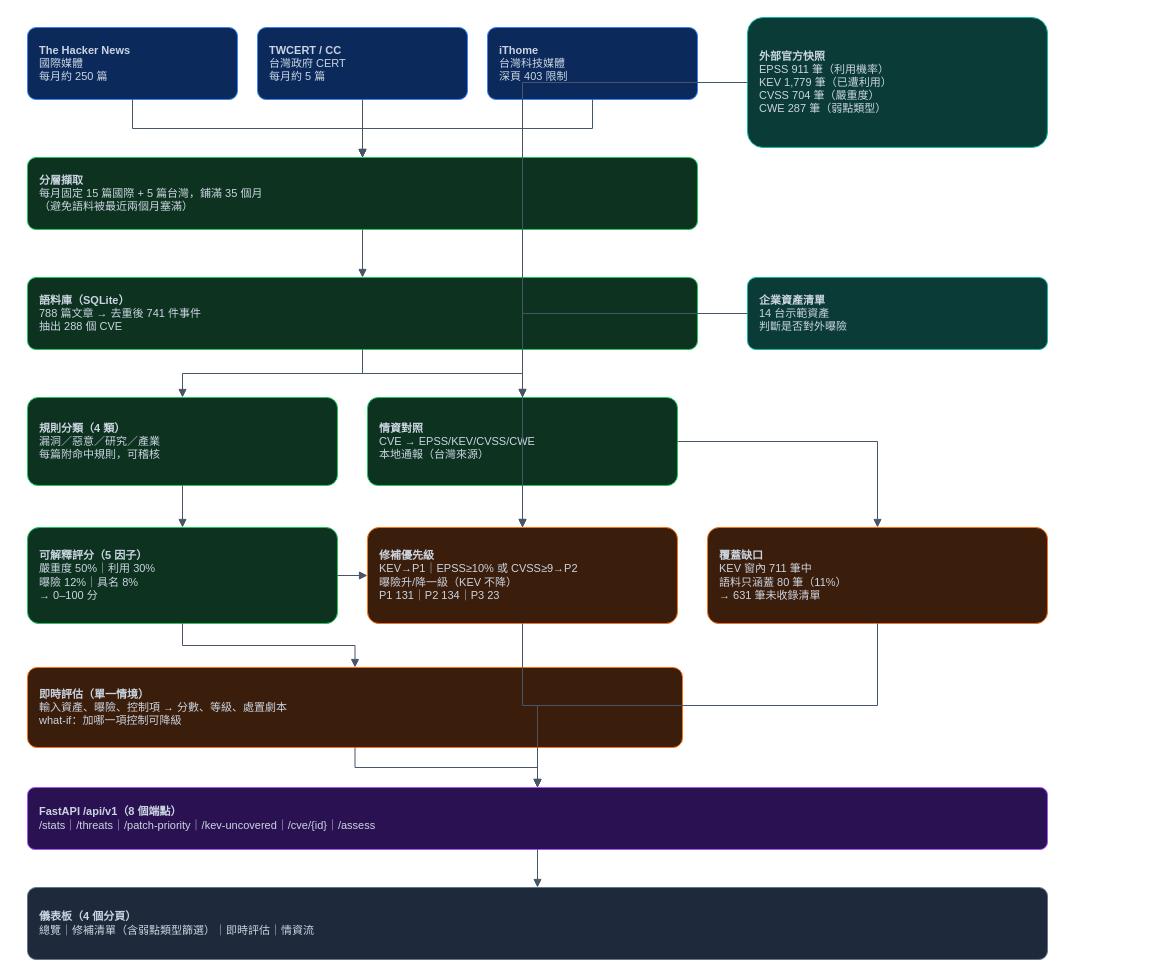
This is docs/architecture.drawio from cs2dpo-cmyk/CTI-platform, a draw.io file, before an edit. Source tidied: cells renumbered, new cells numbered last; positions are measured from the earlier drawing's top-left corner, leaving out a move shared by most shapes. Both pictures are drawn from the tidied source at 100%, with x=0, y=0 at pixel (27, 17).
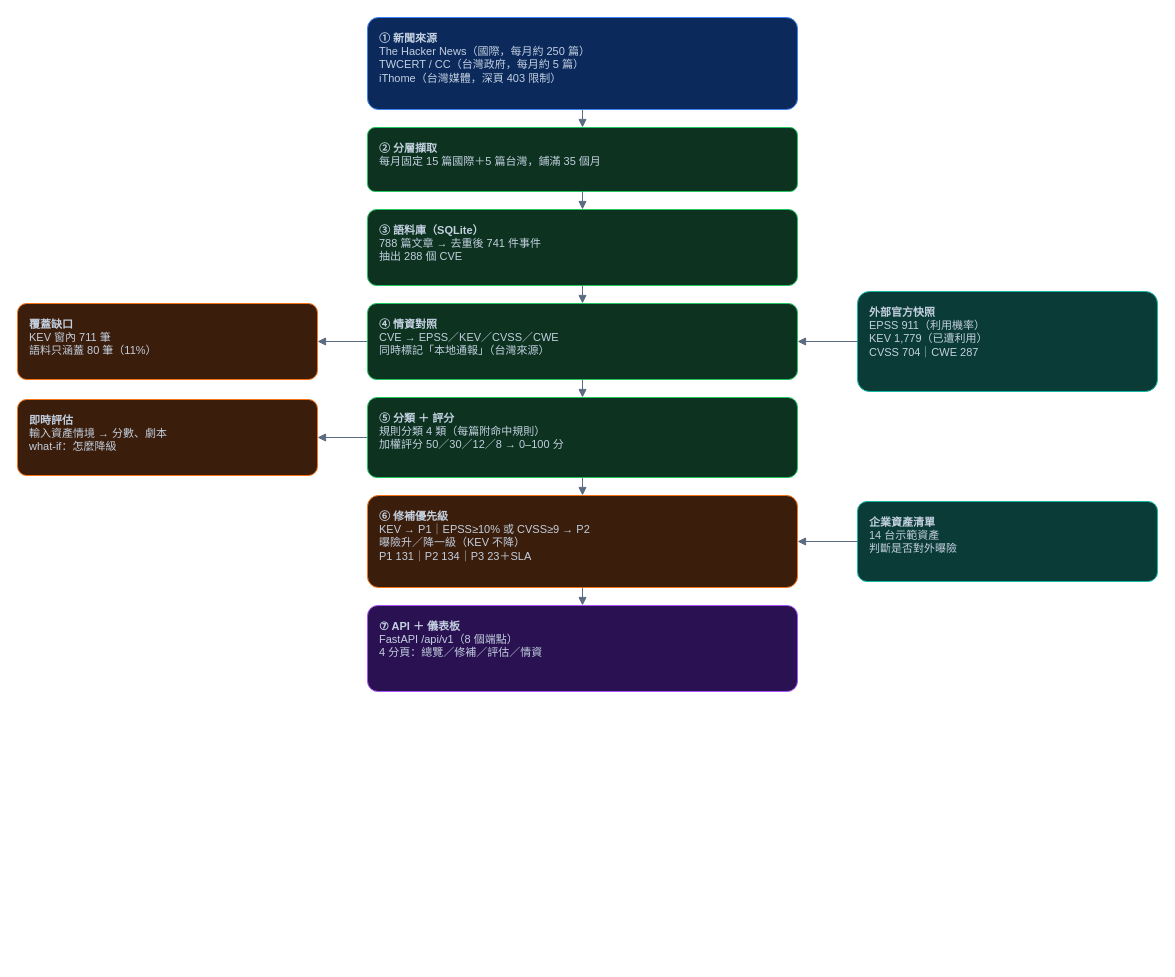
The same page after the edit.

Commit message (it also covers changes not shown here):
Redraw the data-flow diagram as a single spine with short side arrows

The edit, as a diff of the source:
```diff
@@
-    <mxCell id="2" value="&lt;b&gt;The Hacker News&lt;/b&gt;&lt;br&gt;國際媒體&lt;br&gt;每月約 250 篇" style="rounded=1;whiteSpace=wrap;html=1;fillColor=#0b2a5b;strokeColor=#3b82f6;fontColor=#cbd5e1;fontSize=11;align=left;spacingLeft=10;arcSize=12;" parent="1" vertex="1">
-      <mxGeometry y="10" width="210" height="72" as="geometry" />
+    <mxCell id="2" value="&lt;b&gt;① 新聞來源&lt;/b&gt;&lt;br&gt;The Hacker News（國際，每月約 250 篇）&lt;br&gt;TWCERT / CC（台灣政府，每月約 5 篇）&lt;br&gt;iThome（台灣媒體，深頁 403 限制）" style="rounded=1;whiteSpace=wrap;html=1;fillColor=#0b2a5b;strokeColor=#3b82f6;fontColor=#c3d0e0;fontSize=11;align=left;spacingLeft=10;verticalAlign=top;spacingTop=8;arcSize=12;" parent="1" vertex="1">
+      <mxGeometry x="340" width="430" height="92" as="geometry" />
     </mxCell>
-    <mxCell id="3" value="&lt;b&gt;TWCERT / CC&lt;/b&gt;&lt;br&gt;台灣政府 CERT&lt;br&gt;每月約 5 篇" style="rounded=1;whiteSpace=wrap;html=1;fillColor=#0b2a5b;strokeColor=#3b82f6;fontColor=#cbd5e1;fontSize=11;align=left;spacingLeft=10;arcSize=12;" parent="1" vertex="1">
-      <mxGeometry x="230" y="10" width="210" height="72" as="geometry" />
+    <mxCell id="3" value="&lt;b&gt;② 分層擷取&lt;/b&gt;&lt;br&gt;每月固定 15 篇國際＋5 篇台灣，鋪滿 35 個月" style="rounded=1;whiteSpace=wrap;html=1;fillColor=#0d3320;strokeColor=#22c55e;fontColor=#c3d0e0;fontSize=11;align=left;spacingLeft=10;verticalAlign=top;spacingTop=8;arcSize=12;" parent="1" vertex="1">
+      <mxGeometry x="340" y="110" width="430" height="64" as="geometry" />
     </mxCell>
-    <mxCell id="4" value="&lt;b&gt;iThome&lt;/b&gt;&lt;br&gt;台灣科技媒體&lt;br&gt;深頁 403 限制" style="rounded=1;whiteSpace=wrap;html=1;fillColor=#0b2a5b;strokeColor=#3b82f6;fontColor=#cbd5e1;fontSize=11;align=left;spacingLeft=10;arcSize=12;" parent="1" vertex="1">
-      <mxGeometry x="460" y="10" width="210" height="72" as="geometry" />
+    <mxCell id="4" value="&lt;b&gt;③ 語料庫（SQLite）&lt;/b&gt;&lt;br&gt;788 篇文章 → 去重後 741 件事件&lt;br&gt;抽出 288 個 CVE" style="rounded=1;whiteSpace=wrap;html=1;fillColor=#0d3320;strokeColor=#22c55e;fontColor=#c3d0e0;fontSize=11;align=left;spacingLeft=10;verticalAlign=top;spacingTop=8;arcSize=12;" parent="1" vertex="1">
+      <mxGeometry x="340" y="192" width="430" height="76" as="geometry" />
     </mxCell>
-    <mxCell id="5" value="&lt;b&gt;外部官方快照&lt;/b&gt;&lt;br&gt;EPSS 911 筆（利用機率）&lt;br&gt;KEV 1,779 筆（已遭利用）&lt;br&gt;CVSS 704 筆（嚴重度）&lt;br&gt;CWE 287 筆（弱點類型）" style="rounded=1;whiteSpace=wrap;html=1;fillColor=#0b3b36;strokeColor=#14b8a6;fontColor=#cbd5e1;fontSize=11;align=left;spacingLeft=10;arcSize=12;" parent="1" vertex="1">
-      <mxGeometry x="720" width="300" height="130" as="geometry" />
+    <mxCell id="5" value="&lt;b&gt;④ 情資對照&lt;/b&gt;&lt;br&gt;CVE → EPSS／KEV／CVSS／CWE&lt;br&gt;同時標記「本地通報」（台灣來源）" style="rounded=1;whiteSpace=wrap;html=1;fillColor=#0d3320;strokeColor=#22c55e;fontColor=#c3d0e0;fontSize=11;align=left;spacingLeft=10;verticalAlign=top;spacingTop=8;arcSize=12;" parent="1" vertex="1">
+      <mxGeometry x="340" y="286" width="430" height="76" as="geometry" />
     </mxCell>
-    <mxCell id="6" value="&lt;b&gt;分層擷取&lt;/b&gt;&lt;br&gt;每月固定 15 篇國際 + 5 篇台灣，鋪滿 35 個月&lt;br&gt;（避免語料被最近兩個月塞滿）" style="rounded=1;whiteSpace=wrap;html=1;fillColor=#0d3320;strokeColor=#22c55e;fontColor=#cbd5e1;fontSize=11;align=left;spacingLeft=10;arcSize=12;" parent="1" vertex="1">
-      <mxGeometry y="140" width="670" height="72" as="geometry" />
+    <mxCell id="6" value="&lt;b&gt;⑤ 分類 ＋ 評分&lt;/b&gt;&lt;br&gt;規則分類 4 類（每篇附命中規則）&lt;br&gt;加權評分 50／30／12／8 → 0–100 分" style="rounded=1;whiteSpace=wrap;html=1;fillColor=#0d3320;strokeColor=#22c55e;fontColor=#c3d0e0;fontSize=11;align=left;spacingLeft=10;verticalAlign=top;spacingTop=8;arcSize=12;" parent="1" vertex="1">
+      <mxGeometry x="340" y="380" width="430" height="80" as="geometry" />
     </mxCell>
-    <mxCell id="7" value="&lt;b&gt;語料庫（SQLite）&lt;/b&gt;&lt;br&gt;788 篇文章 → 去重後 741 件事件&lt;br&gt;抽出 288 個 CVE" style="rounded=1;whiteSpace=wrap;html=1;fillColor=#0d3320;strokeColor=#22c55e;fontColor=#cbd5e1;fontSize=11;align=left;spacingLeft=10;arcSize=12;" parent="1" vertex="1">
-      <mxGeometry y="260" width="670" height="72" as="geometry" />
+    <mxCell id="7" value="&lt;b&gt;⑥ 修補優先級&lt;/b&gt;&lt;br&gt;KEV → P1｜EPSS≥10% 或 CVSS≥9 → P2&lt;br&gt;曝險升／降一級（KEV 不降）&lt;br&gt;P1 131｜P2 134｜P3 23＋SLA" style="rounded=1;whiteSpace=wrap;html=1;fillColor=#3b1d0b;strokeColor=#f97316;fontColor=#c3d0e0;fontSize=11;align=left;spacingLeft=10;verticalAlign=top;spacingTop=8;arcSize=12;" parent="1" vertex="1">
+      <mxGeometry x="340" y="478" width="430" height="92" as="geometry" />
     </mxCell>
-    <mxCell id="8" value="&lt;b&gt;企業資產清單&lt;/b&gt;&lt;br&gt;14 台示範資產&lt;br&gt;判斷是否對外曝險" style="rounded=1;whiteSpace=wrap;html=1;fillColor=#0b3b36;strokeColor=#14b8a6;fontColor=#cbd5e1;fontSize=11;align=left;spacingLeft=10;arcSize=12;" parent="1" vertex="1">
-      <mxGeometry x="720" y="260" width="300" height="72" as="geometry" />
+    <mxCell id="8" value="&lt;b&gt;⑦ API ＋ 儀表板&lt;/b&gt;&lt;br&gt;FastAPI /api/v1（8 個端點）&lt;br&gt;4 分頁：總覽／修補／評估／情資" style="rounded=1;whiteSpace=wrap;html=1;fillColor=#2a1252;strokeColor=#a855f7;fontColor=#c3d0e0;fontSize=11;align=left;spacingLeft=10;verticalAlign=top;spacingTop=8;arcSize=12;" parent="1" vertex="1">
+      <mxGeometry x="340" y="588" width="430" height="86" as="geometry" />
     </mxCell>
-    <mxCell id="9" value="&lt;b&gt;規則分類（4 類）&lt;/b&gt;&lt;br&gt;漏洞／惡意／研究／產業&lt;br&gt;每篇附命中規則，可稽核" style="rounded=1;whiteSpace=wrap;html=1;fillColor=#0d3320;strokeColor=#22c55e;fontColor=#cbd5e1;fontSize=11;align=left;spacingLeft=10;arcSize=12;" parent="1" vertex="1">
-      <mxGeometry y="380" width="310" height="88" as="geometry" />
+    <mxCell id="9" value="&lt;b&gt;外部官方快照&lt;/b&gt;&lt;br&gt;EPSS 911（利用機率）&lt;br&gt;KEV 1,779（已遭利用）&lt;br&gt;CVSS 704｜CWE 287" style="rounded=1;whiteSpace=wrap;html=1;fillColor=#0b3b36;strokeColor=#14b8a6;fontColor=#c3d0e0;fontSize=11;align=left;spacingLeft=10;verticalAlign=top;spacingTop=8;arcSize=12;" parent="1" vertex="1">
+      <mxGeometry x="830" y="274" width="300" height="100" as="geometry" />
     </mxCell>
-    <mxCell id="10" value="&lt;b&gt;情資對照&lt;/b&gt;&lt;br&gt;CVE → EPSS/KEV/CVSS/CWE&lt;br&gt;本地通報（台灣來源）" style="rounded=1;whiteSpace=wrap;html=1;fillColor=#0d3320;strokeColor=#22c55e;fontColor=#cbd5e1;fontSize=11;align=left;spacingLeft=10;arcSize=12;" parent="1" vertex="1">
-      <mxGeometry x="340" y="380" width="310" height="88" as="geometry" />
+    <mxCell id="10" value="&lt;b&gt;企業資產清單&lt;/b&gt;&lt;br&gt;14 台示範資產&lt;br&gt;判斷是否對外曝險" style="rounded=1;whiteSpace=wrap;html=1;fillColor=#0b3b36;strokeColor=#14b8a6;fontColor=#c3d0e0;fontSize=11;align=left;spacingLeft=10;verticalAlign=top;spacingTop=8;arcSize=12;" parent="1" vertex="1">
+      <mxGeometry x="830" y="484" width="300" height="80" as="geometry" />
     </mxCell>
-    <mxCell id="11" value="&lt;b&gt;可解釋評分（5 因子）&lt;/b&gt;&lt;br&gt;嚴重度 50%｜利用 30%&lt;br&gt;曝險 12%｜具名 8%&lt;br&gt;→ 0–100 分" style="rounded=1;whiteSpace=wrap;html=1;fillColor=#0d3320;strokeColor=#22c55e;fontColor=#cbd5e1;fontSize=11;align=left;spacingLeft=10;arcSize=12;" parent="1" vertex="1">
-      <mxGeometry y="510" width="310" height="96" as="geometry" />
+    <mxCell id="11" value="&lt;b&gt;覆蓋缺口&lt;/b&gt;&lt;br&gt;KEV 窗內 711 筆&lt;br&gt;語料只涵蓋 80 筆（11%）" style="rounded=1;whiteSpace=wrap;html=1;fillColor=#3b1d0b;strokeColor=#f97316;fontColor=#c3d0e0;fontSize=11;align=left;spacingLeft=10;verticalAlign=top;spacingTop=8;arcSize=12;" parent="1" vertex="1">
+      <mxGeometry x="-10" y="286" width="300" height="76" as="geometry" />
     </mxCell>
-    <mxCell id="12" value="&lt;b&gt;修補優先級&lt;/b&gt;&lt;br&gt;KEV→P1｜EPSS≥10% 或 CVSS≥9→P2&lt;br&gt;曝險升/降一級（KEV 不降）&lt;br&gt;P1 131｜P2 134｜P3 23" style="rounded=1;whiteSpace=wrap;html=1;fillColor=#3b1d0b;strokeColor=#f97316;fontColor=#cbd5e1;fontSize=11;align=left;spacingLeft=10;arcSize=12;" parent="1" vertex="1">
-      <mxGeometry x="340" y="510" width="310" height="96" as="geometry" />
+    <mxCell id="12" value="&lt;b&gt;即時評估&lt;/b&gt;&lt;br&gt;輸入資產情境 → 分數、劇本&lt;br&gt;what-if：怎麼降級" style="rounded=1;whiteSpace=wrap;html=1;fillColor=#3b1d0b;strokeColor=#f97316;fontColor=#c3d0e0;fontSize=11;align=left;spacingLeft=10;verticalAlign=top;spacingTop=8;arcSize=12;" parent="1" vertex="1">
+      <mxGeometry x="-10" y="382" width="300" height="76" as="geometry" />
     </mxCell>
-    <mxCell id="13" value="&lt;b&gt;覆蓋缺口&lt;/b&gt;&lt;br&gt;KEV 窗內 711 筆中&lt;br&gt;語料只涵蓋 80 筆（11%）&lt;br&gt;→ 631 筆未收錄清單" style="rounded=1;whiteSpace=wrap;html=1;fillColor=#3b1d0b;strokeColor=#f97316;fontColor=#cbd5e1;fontSize=11;align=left;spacingLeft=10;arcSize=12;" parent="1" vertex="1">
-      <mxGeometry x="680" y="510" width="340" height="96" as="geometry" />
-    </mxCell>
-    <mxCell id="14" value="&lt;b&gt;即時評估（單一情境）&lt;/b&gt;&lt;br&gt;輸入資產、曝險、控制項 → 分數、等級、處置劇本&lt;br&gt;what-if：加哪一項控制可降級" style="rounded=1;whiteSpace=wrap;html=1;fillColor=#3b1d0b;strokeColor=#f97316;fontColor=#cbd5e1;fontSize=11;align=left;spacingLeft=10;arcSize=12;" parent="1" vertex="1">
-      <mxGeometry y="650" width="655" height="80" as="geometry" />
-    </mxCell>
-    <mxCell id="15" value="&lt;b&gt;FastAPI /api/v1（8 個端點）&lt;/b&gt;&lt;br&gt;/stats｜/threats｜/patch-priority｜/kev-uncovered｜/cve/{id}｜/assess" style="rounded=1;whiteSpace=wrap;html=1;fillColor=#2a1252;strokeColor=#a855f7;fontColor=#cbd5e1;fontSize=11;align=left;spacingLeft=10;arcSize=12;" parent="1" vertex="1">
-      <mxGeometry y="770" width="1020" height="62" as="geometry" />
-    </mxCell>
-    <mxCell id="16" value="&lt;b&gt;儀表板（4 個分頁）&lt;/b&gt;&lt;br&gt;總覽｜修補清單（含弱點類型篩選）｜即時評估｜情資流" style="rounded=1;whiteSpace=wrap;html=1;fillColor=#1e293b;strokeColor=#64748b;fontColor=#cbd5e1;fontSize=11;align=left;spacingLeft=10;arcSize=12;" parent="1" vertex="1">
-      <mxGeometry y="870" width="1020" height="72" as="geometry" />
-    </mxCell>
-    <mxCell id="17" style="edgeStyle=orthogonalEdgeStyle;rounded=0;html=1;strokeColor=#475569;endArrow=block;endFill=1;" parent="1" edge="1" source="2" target="6">
+    <mxCell id="17" style="edgeStyle=none;html=1;strokeColor=#5b6b82;endArrow=block;endFill=1;" parent="1" edge="1" source="2" target="3">
       <mxGeometry relative="1" as="geometry" />
     </mxCell>
-    <mxCell id="18" style="edgeStyle=orthogonalEdgeStyle;rounded=0;html=1;strokeColor=#475569;endArrow=block;endFill=1;" parent="1" edge="1" source="3" target="6">
+    <mxCell id="18" style="edgeStyle=none;html=1;strokeColor=#5b6b82;endArrow=block;endFill=1;" parent="1" edge="1" source="3" target="4">
       <mxGeometry relative="1" as="geometry" />
     </mxCell>
-    <mxCell id="19" style="edgeStyle=orthogonalEdgeStyle;rounded=0;html=1;strokeColor=#475569;endArrow=block;endFill=1;" parent="1" edge="1" source="4" target="6">
+    <mxCell id="19" style="edgeStyle=none;html=1;strokeColor=#5b6b82;endArrow=block;endFill=1;" parent="1" edge="1" source="4" target="5">
       <mxGeometry relative="1" as="geometry" />
     </mxCell>
-    <mxCell id="20" style="edgeStyle=orthogonalEdgeStyle;rounded=0;html=1;strokeColor=#475569;endArrow=block;endFill=1;" parent="1" edge="1" source="6" target="7">
+    <mxCell id="20" style="edgeStyle=none;html=1;strokeColor=#5b6b82;endArrow=block;endFill=1;" parent="1" edge="1" source="5" target="6">
       <mxGeometry relative="1" as="geometry" />
     </mxCell>
-    <mxCell id="21" style="edgeStyle=orthogonalEdgeStyle;rounded=0;html=1;strokeColor=#475569;endArrow=block;endFill=1;" parent="1" edge="1" source="5" target="10">
+    <mxCell id="21" style="edgeStyle=none;html=1;strokeColor=#5b6b82;endArrow=block;endFill=1;" parent="1" edge="1" source="6" target="7">
       <mxGeometry relative="1" as="geometry" />
     </mxCell>
-    <mxCell id="22" style="edgeStyle=orthogonalEdgeStyle;rounded=0;html=1;strokeColor=#475569;endArrow=block;endFill=1;" parent="1" edge="1" source="7" target="9">
+    <mxCell id="22" style="edgeStyle=none;html=1;strokeColor=#5b6b82;endArrow=block;endFill=1;" parent="1" edge="1" source="7" target="8">
       <mxGeometry relative="1" as="geometry" />
     </mxCell>
-    <mxCell id="23" style="edgeStyle=orthogonalEdgeStyle;rounded=0;html=1;strokeColor=#475569;endArrow=block;endFill=1;" parent="1" edge="1" source="7" target="10">
+    <mxCell id="23" style="edgeStyle=none;html=1;strokeColor=#5b6b82;endArrow=block;endFill=1;" parent="1" edge="1" source="9" target="5">
       <mxGeometry relative="1" as="geometry" />
     </mxCell>
-    <mxCell id="24" style="edgeStyle=orthogonalEdgeStyle;rounded=0;html=1;strokeColor=#475569;endArrow=block;endFill=1;" parent="1" edge="1" source="9" target="11">
+    <mxCell id="24" style="edgeStyle=none;html=1;strokeColor=#5b6b82;endArrow=block;endFill=1;" parent="1" edge="1" source="10" target="7">
       <mxGeometry relative="1" as="geometry" />
     </mxCell>
-    <mxCell id="25" style="edgeStyle=orthogonalEdgeStyle;rounded=0;html=1;strokeColor=#475569;endArrow=block;endFill=1;" parent="1" edge="1" source="10" target="12">
+    <mxCell id="25" style="edgeStyle=none;html=1;strokeColor=#5b6b82;endArrow=block;endFill=1;" parent="1" edge="1" source="5" target="11">
       <mxGeometry relative="1" as="geometry" />
     </mxCell>
-    <mxCell id="26" style="edgeStyle=orthogonalEdgeStyle;rounded=0;html=1;strokeColor=#475569;endArrow=block;endFill=1;" parent="1" edge="1" source="11" target="12">
+    <mxCell id="26" style="edgeStyle=none;html=1;strokeColor=#5b6b82;endArrow=block;endFill=1;" parent="1" edge="1" source="6" target="12">
       <mxGeometry relative="1" as="geometry" />
     </mxCell>
-    <mxCell id="27" style="edgeStyle=orthogonalEdgeStyle;rounded=0;html=1;strokeColor=#475569;endArrow=block;endFill=1;" parent="1" edge="1" source="8" target="12">
-      <mxGeometry relative="1" as="geometry" />
-    </mxCell>
-    <mxCell id="28" style="edgeStyle=orthogonalEdgeStyle;rounded=0;html=1;strokeColor=#475569;endArrow=block;endFill=1;" parent="1" edge="1" source="10" target="13">
-      <mxGeometry relative="1" as="geometry" />
-    </mxCell>
-    <mxCell id="29" style="edgeStyle=orthogonalEdgeStyle;rounded=0;html=1;strokeColor=#475569;endArrow=block;endFill=1;" parent="1" edge="1" source="11" target="14">
-      <mxGeometry relative="1" as="geometry" />
-    </mxCell>
-    <mxCell id="30" style="edgeStyle=orthogonalEdgeStyle;rounded=0;html=1;strokeColor=#475569;endArrow=block;endFill=1;" parent="1" edge="1" source="12" target="15">
-      <mxGeometry relative="1" as="geometry" />
-    </mxCell>
-    <mxCell id="31" style="edgeStyle=orthogonalEdgeStyle;rounded=0;html=1;strokeColor=#475569;endArrow=block;endFill=1;" parent="1" edge="1" source="14" target="15">
-      <mxGeometry relative="1" as="geometry" />
-    </mxCell>
-    <mxCell id="32" style="edgeStyle=orthogonalEdgeStyle;rounded=0;html=1;strokeColor=#475569;endArrow=block;endFill=1;" parent="1" edge="1" source="13" target="15">
-      <mxGeometry relative="1" as="geometry" />
-    </mxCell>
-    <mxCell id="33" style="edgeStyle=orthogonalEdgeStyle;rounded=0;html=1;strokeColor=#475569;endArrow=block;endFill=1;" parent="1" edge="1" source="15" target="16">
-      <mxGeometry relative="1" as="geometry" />
-    </mxCell>
```
